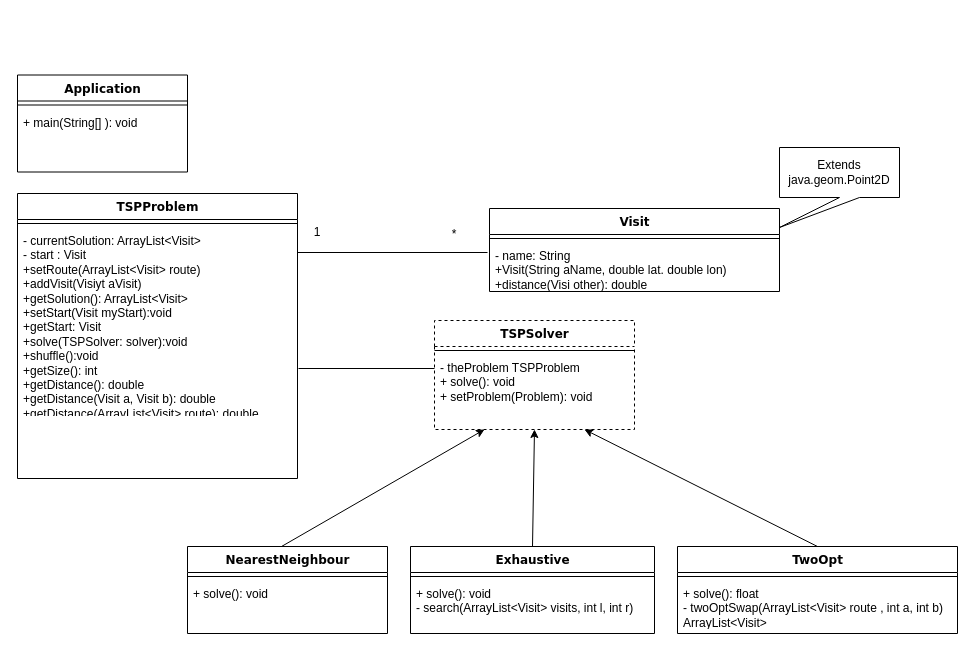
Before: Chapter1/figures/ch1-uml-case (6).drawio in NeilUrquhart/book, a draw.io diagram. Source tidied: cells renumbered, new cells numbered last; positions are measured from the earlier drawing's top-left corner, leaving out a move shared by most shapes. Both pictures are drawn from the tidied source at 100%, with x=0, y=0 at pixel (17, 75).
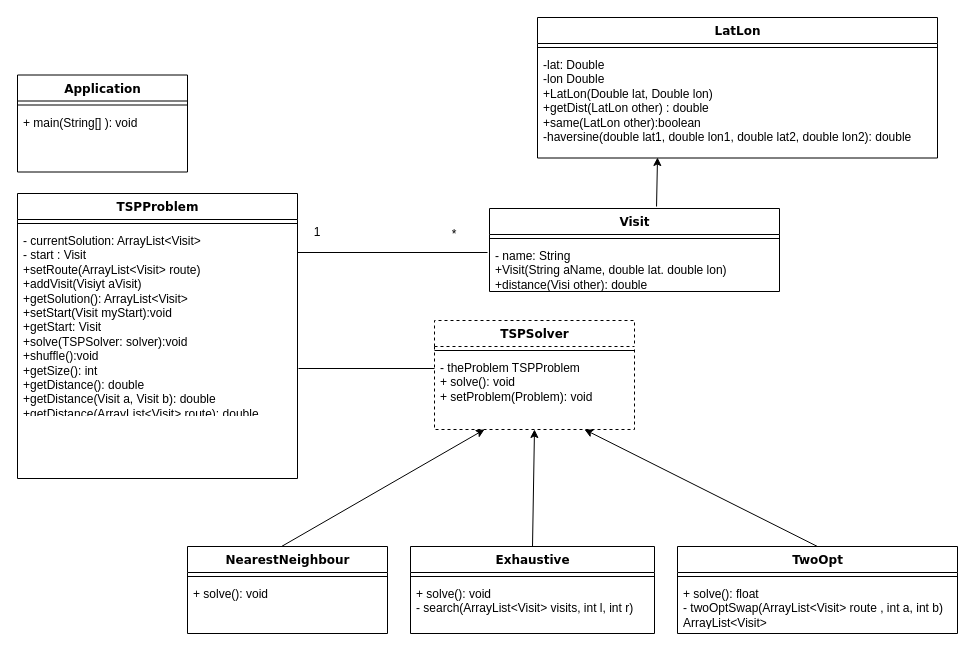
The same diagram, later.

Unchanged cells that the change refers to:
```xml
<mxCell id="20" value="Visit" style="swimlane;html=1;fontStyle=1;align=center;verticalAlign=top;horizontal=1;startSize=26;swimlaneFillColor=#ffffff;rounded=0;shadow=0;comic=0;labelBackgroundColor=none;strokeColor=#000000;strokeWidth=1;fillColor=none;fontFamily=Verdana;fontSize=12;fontColor=#000000;" parent="1" vertex="1">
  <mxGeometry x="472" y="133" width="290" height="83" as="geometry" />
</mxCell>
```

The edit, as a diff of the source:
```diff
@@
-    <mxCell id="28" value="Extends java.geom.Point2D" style="shape=callout;whiteSpace=wrap;html=1;perimeter=calloutPerimeter;position2=0;" parent="1" vertex="1">
-      <mxGeometry x="762" y="72" width="120" height="80" as="geometry" />
-    </mxCell>
@@
+    <mxCell id="31" value="LatLon" style="swimlane;html=1;fontStyle=1;align=center;verticalAlign=top;horizontal=1;startSize=26;swimlaneFillColor=#ffffff;rounded=0;shadow=0;comic=0;labelBackgroundColor=none;strokeColor=#000000;strokeWidth=1;fillColor=none;fontFamily=Verdana;fontSize=12;fontColor=#000000;" parent="1" vertex="1">
+      <mxGeometry x="520" y="-58" width="400" height="140.5" as="geometry" />
+    </mxCell>
+    <mxCell id="32" style="line;html=1;strokeWidth=1;fillColor=none;align=left;verticalAlign=middle;spacingTop=-1;spacingLeft=3;spacingRight=3;labelPosition=right;" parent="31" vertex="1">
+      <mxGeometry y="26" width="400" height="8" as="geometry" />
+    </mxCell>
+    <mxCell id="33" value="-lat: Double&lt;br&gt;-lon Double&lt;br&gt;+LatLon(Double lat, Double lon)&lt;br&gt;+getDist(LatLon other) : double&lt;br&gt;+same(LatLon other):boolean&lt;br&gt;-haversine(double lat1, double lon1, double lat2, double lon2): double" style="text;html=1;strokeColor=none;fillColor=none;align=left;verticalAlign=top;spacingLeft=4;spacingRight=4;whiteSpace=wrap;overflow=hidden;" parent="31" vertex="1">
+      <mxGeometry y="34" width="400" height="106" as="geometry" />
+    </mxCell>
+    <mxCell id="34" style="endArrow=classic;html=1;exitX=0.576;exitY=-0.024;exitDx=0;exitDy=0;exitPerimeter=0;" parent="1" edge="1" source="20">
+      <mxGeometry relative="1" as="geometry">
+        <mxPoint x="640" y="82" as="targetPoint" />
+      </mxGeometry>
+    </mxCell>
```
